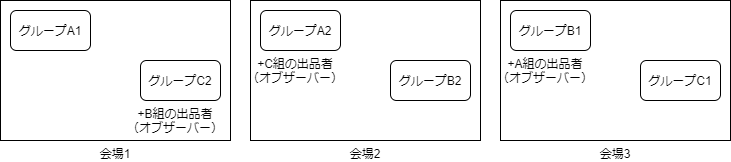
oyamadashin/remote keeps this draw.io diagram as 2022茨城大ゲーミング/全資料/pictures/class1.drawio.dio.png. Above is the earlier version. Source tidied: cells renumbered, new cells last; positions are measured from the earlier drawing's top-left corner, leaving out a move shared by most shapes.
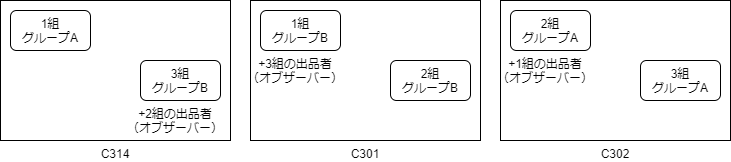
The same file after the commit.

What changed in the source:
```diff
@@ -2,40 +2,40 @@
   <root>
     <mxCell id="0" />
     <mxCell id="1" parent="0" />
-    <mxCell id="2" value="会場1" style="rounded=0;whiteSpace=wrap;html=1;labelPosition=center;verticalLabelPosition=bottom;align=center;verticalAlign=top;" parent="1" vertex="1">
+    <mxCell id="2" value="C314" style="rounded=0;whiteSpace=wrap;html=1;labelPosition=center;verticalLabelPosition=bottom;align=center;verticalAlign=top;" parent="1" vertex="1">
       <mxGeometry width="230" height="140" as="geometry" />
     </mxCell>
-    <mxCell id="3" value="グループA1" style="rounded=1;whiteSpace=wrap;html=1;" parent="1" vertex="1">
+    <mxCell id="3" value="1組&lt;br&gt;グループA" style="rounded=1;whiteSpace=wrap;html=1;" parent="1" vertex="1">
       <mxGeometry x="10" y="10" width="80" height="40" as="geometry" />
     </mxCell>
-    <mxCell id="4" value="グループC2" style="rounded=1;whiteSpace=wrap;html=1;" parent="1" vertex="1">
+    <mxCell id="4" value="3組&lt;br&gt;グループB" style="rounded=1;whiteSpace=wrap;html=1;" parent="1" vertex="1">
       <mxGeometry x="140" y="60" width="80" height="40" as="geometry" />
     </mxCell>
-    <mxCell id="5" value="+B組の出品者&lt;br&gt;（オブザーバー）" style="text;html=1;strokeColor=none;fillColor=none;align=center;verticalAlign=middle;whiteSpace=wrap;rounded=0;" parent="1" vertex="1">
+    <mxCell id="5" value="+2組の出品者&lt;br&gt;（オブザーバー）" style="text;html=1;strokeColor=none;fillColor=none;align=center;verticalAlign=middle;whiteSpace=wrap;rounded=0;" parent="1" vertex="1">
       <mxGeometry x="120" y="110" width="110" height="20" as="geometry" />
     </mxCell>
-    <mxCell id="6" value="会場2" style="rounded=0;whiteSpace=wrap;html=1;labelPosition=center;verticalLabelPosition=bottom;align=center;verticalAlign=top;" parent="1" vertex="1">
+    <mxCell id="6" value="C301" style="rounded=0;whiteSpace=wrap;html=1;labelPosition=center;verticalLabelPosition=bottom;align=center;verticalAlign=top;" parent="1" vertex="1">
       <mxGeometry x="250" width="230" height="140" as="geometry" />
     </mxCell>
-    <mxCell id="7" value="グループA2" style="rounded=1;whiteSpace=wrap;html=1;" parent="1" vertex="1">
+    <mxCell id="7" value="1組&lt;br&gt;グループB" style="rounded=1;whiteSpace=wrap;html=1;" parent="1" vertex="1">
       <mxGeometry x="260" y="10" width="80" height="40" as="geometry" />
     </mxCell>
-    <mxCell id="8" value="グループB2" style="rounded=1;whiteSpace=wrap;html=1;" parent="1" vertex="1">
+    <mxCell id="8" value="2組&lt;br&gt;グループB" style="rounded=1;whiteSpace=wrap;html=1;" parent="1" vertex="1">
       <mxGeometry x="390" y="60" width="80" height="40" as="geometry" />
     </mxCell>
-    <mxCell id="9" value="+C組の出品者&lt;br&gt;（オブザーバー）" style="text;html=1;strokeColor=none;fillColor=none;align=center;verticalAlign=middle;whiteSpace=wrap;rounded=0;" parent="1" vertex="1">
+    <mxCell id="9" value="+3組の出品者&lt;br&gt;（オブザーバー）" style="text;html=1;strokeColor=none;fillColor=none;align=center;verticalAlign=middle;whiteSpace=wrap;rounded=0;" parent="1" vertex="1">
       <mxGeometry x="240" y="60" width="110" height="20" as="geometry" />
     </mxCell>
-    <mxCell id="10" value="会場3" style="rounded=0;whiteSpace=wrap;html=1;labelPosition=center;verticalLabelPosition=bottom;align=center;verticalAlign=top;" parent="1" vertex="1">
+    <mxCell id="10" value="C302" style="rounded=0;whiteSpace=wrap;html=1;labelPosition=center;verticalLabelPosition=bottom;align=center;verticalAlign=top;" parent="1" vertex="1">
       <mxGeometry x="500" width="230" height="140" as="geometry" />
     </mxCell>
-    <mxCell id="11" value="グループB1" style="rounded=1;whiteSpace=wrap;html=1;" parent="1" vertex="1">
+    <mxCell id="11" value="2組&lt;br&gt;グループA" style="rounded=1;whiteSpace=wrap;html=1;" parent="1" vertex="1">
       <mxGeometry x="510" y="10" width="80" height="40" as="geometry" />
     </mxCell>
-    <mxCell id="12" value="グループC1" style="rounded=1;whiteSpace=wrap;html=1;" parent="1" vertex="1">
+    <mxCell id="12" value="3組&lt;br&gt;グループA" style="rounded=1;whiteSpace=wrap;html=1;" parent="1" vertex="1">
       <mxGeometry x="640" y="60" width="80" height="40" as="geometry" />
     </mxCell>
-    <mxCell id="13" value="+A組の出品者&lt;br&gt;（オブザーバー）" style="text;html=1;strokeColor=none;fillColor=none;align=center;verticalAlign=middle;whiteSpace=wrap;rounded=0;" parent="1" vertex="1">
+    <mxCell id="13" value="+1組の出品者&lt;br&gt;（オブザーバー）" style="text;html=1;strokeColor=none;fillColor=none;align=center;verticalAlign=middle;whiteSpace=wrap;rounded=0;" parent="1" vertex="1">
       <mxGeometry x="490" y="60" width="110" height="20" as="geometry" />
     </mxCell>
   </root>
```
